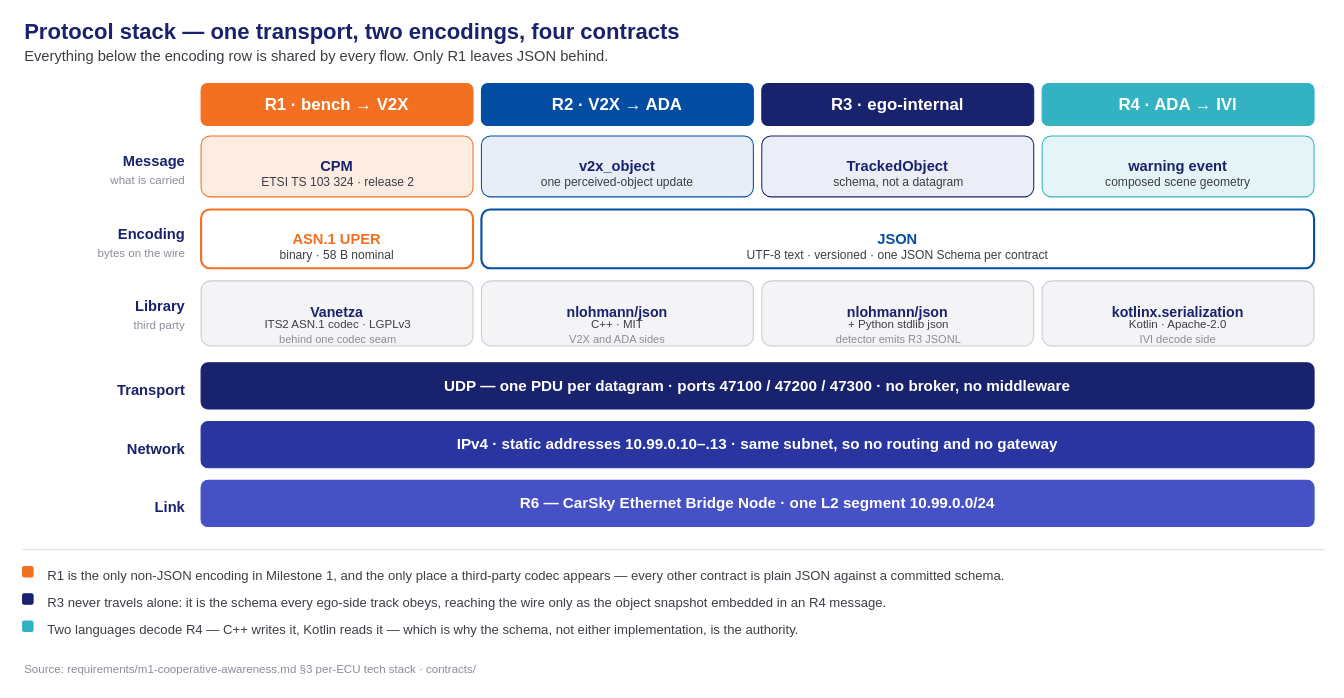
Before: presentation/assets/m1-protocol-stack.drawio in mnpham2101/FPT-Hackathon2026, a draw.io diagram. Source tidied: cells renumbered, new cells numbered last; positions are measured from the earlier drawing's top-left corner, leaving out a move shared by most shapes. Both pictures are drawn from the tidied source at 105%, with x=0, y=0 at pixel (18, 20).
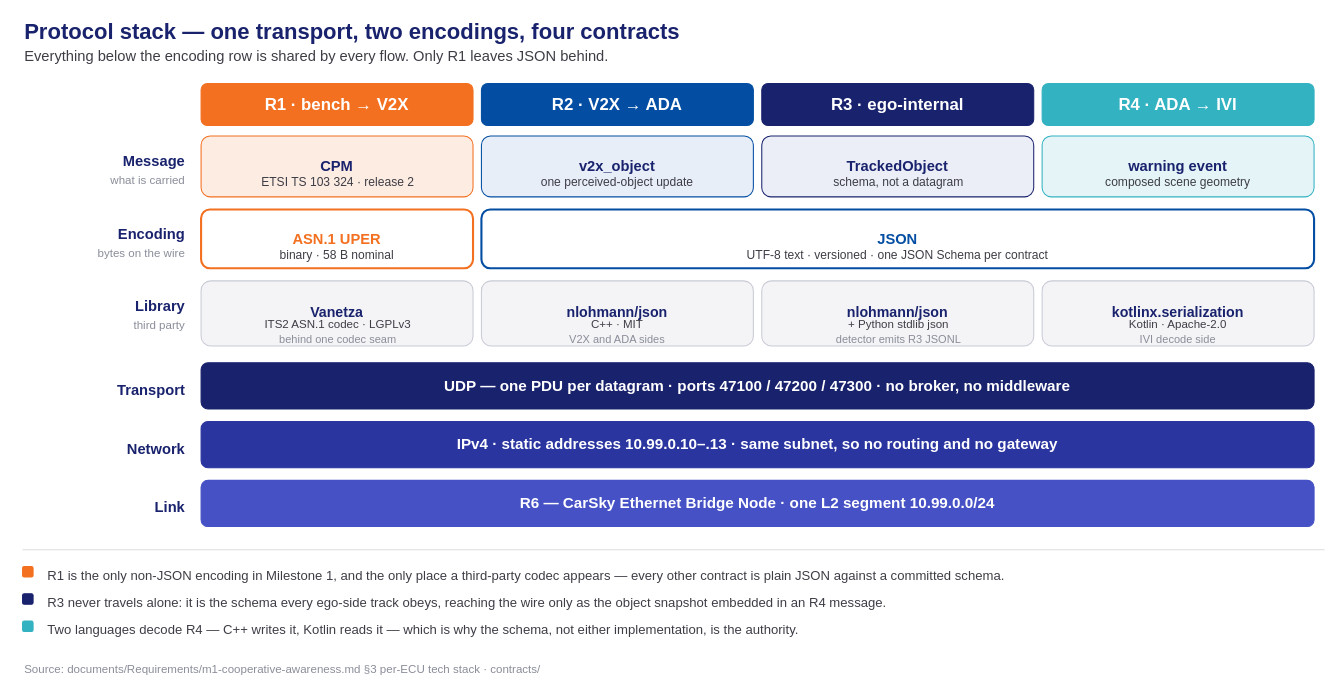
The same page after the edit.

Change to the diagram source:
```diff
@@
-    <mxCell id="51" value="Source: requirements/m1-cooperative-awareness.md §3 per-ECU tech stack · contracts/" style="text;html=1;align=left;verticalAlign=middle;fontSize=11;fontColor=#8a8d99;fontStyle=0;" parent="1" vertex="1">
+    <mxCell id="51" value="Source: documents/Requirements/m1-cooperative-awareness.md §3 per-ECU tech stack · contracts/" style="text;html=1;align=left;verticalAlign=middle;fontSize=11;fontColor=#8a8d99;fontStyle=0;" parent="1" vertex="1">
       <mxGeometry x="4" y="608" width="700" height="20" as="geometry" />
     </mxCell>
```
